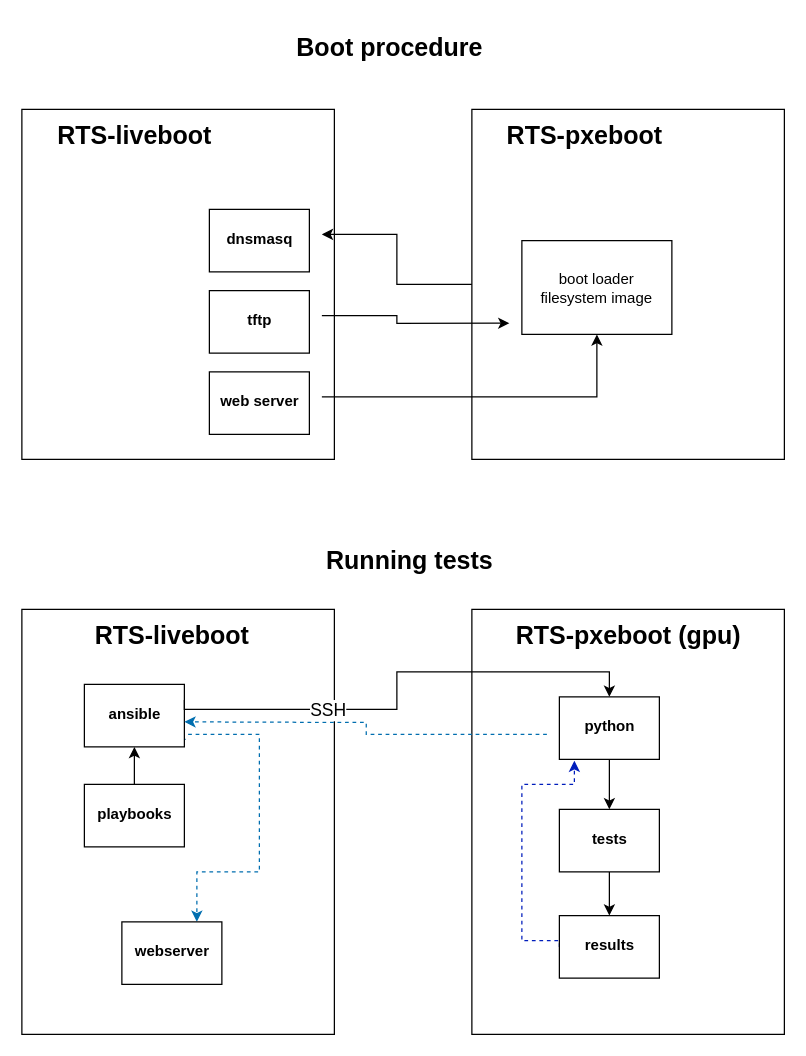
Before: boot_procedure.drawio in adambialy/RTS_ansible, a draw.io diagram. Source tidied: cells renumbered, new cells numbered last; positions are measured from the earlier drawing's top-left corner, leaving out a move shared by most shapes. Both pictures are drawn from the tidied source at 125%, with x=0, y=0 at pixel (21, 21).
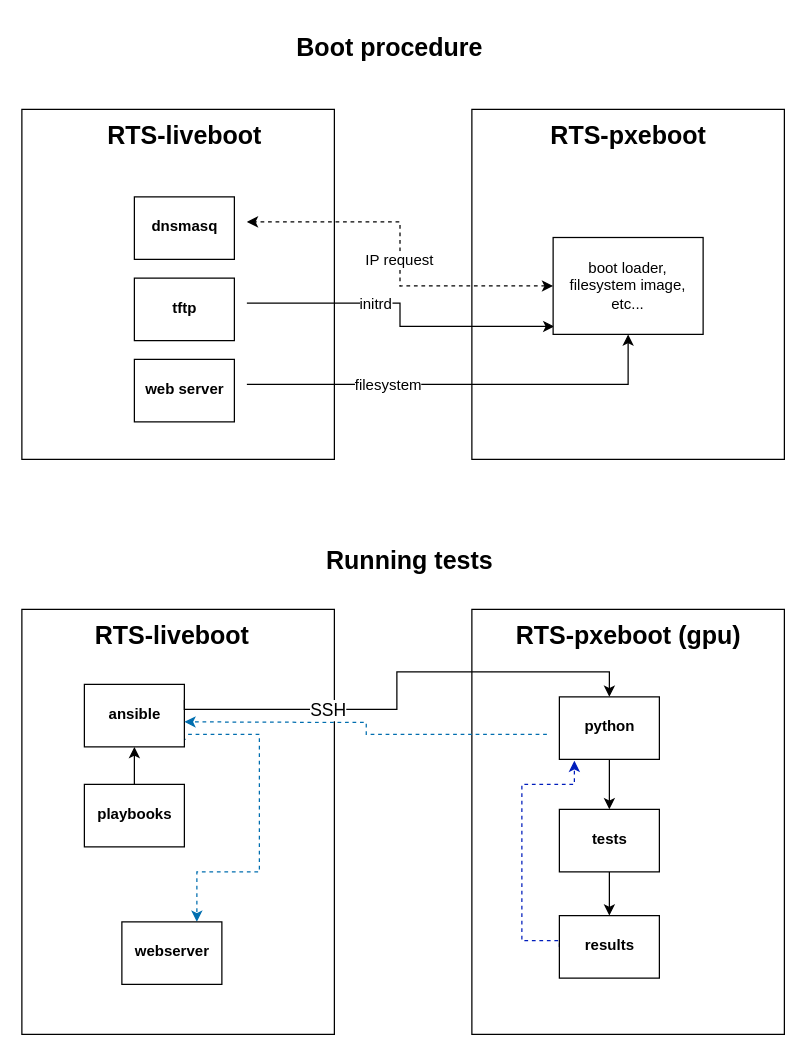
The same diagram, later.

Unchanged cells that the change refers to:
```xml
<mxCell id="9" style="rounded=0;whiteSpace=wrap;html=1;" parent="1" vertex="1">
  <mxGeometry x="360" y="70" width="250" height="280" as="geometry" />
</mxCell>
<mxCell id="10" style="edgeStyle=orthogonalEdgeStyle;rounded=0;jettySize=auto;html=1;entryX=0.5;entryY=1;entryDx=0;entryDy=0;" parent="1" edge="1" source="11" target="15">
  <mxGeometry relative="1" as="geometry" />
</mxCell>
```

Diff of the diagram source:
```diff
@@
     <mxCell id="3" value="&lt;font style=&quot;font-size: 20px;&quot;&gt;RTS-liveboot&lt;/font&gt;" style="text;strokeColor=none;fillColor=none;html=1;fontSize=24;fontStyle=1;verticalAlign=middle;align=center;" parent="1" vertex="1">
-      <mxGeometry x="40" y="70" width="100" height="40" as="geometry" />
+      <mxGeometry x="80" y="70" width="100" height="40" as="geometry" />
     </mxCell>
     <mxCell id="4" style="rounded=0;whiteSpace=wrap;html=1;" parent="1" vertex="1">
-      <mxGeometry x="150" y="150" width="80" height="50" as="geometry" />
+      <mxGeometry x="90" y="140" width="80" height="50" as="geometry" />
     </mxCell>
     <mxCell id="5" value="&lt;font style=&quot;font-size: 12px;&quot;&gt;dnsmasq&lt;/font&gt;" style="text;strokeColor=none;fillColor=none;html=1;fontSize=24;fontStyle=1;verticalAlign=middle;align=center;" parent="1" vertex="1">
-      <mxGeometry x="140" y="150" width="100" height="40" as="geometry" />
+      <mxGeometry x="80" y="140" width="100" height="40" as="geometry" />
     </mxCell>
     <mxCell id="6" style="rounded=0;whiteSpace=wrap;html=1;" parent="1" vertex="1">
-      <mxGeometry x="150" y="215" width="80" height="50" as="geometry" />
+      <mxGeometry x="90" y="205" width="80" height="50" as="geometry" />
     </mxCell>
     <mxCell id="7" value="&lt;font style=&quot;font-size: 12px;&quot;&gt;tftp&lt;/font&gt;" style="text;strokeColor=none;fillColor=none;html=1;fontSize=24;fontStyle=1;verticalAlign=middle;align=center;" parent="1" vertex="1">
-      <mxGeometry x="140" y="215" width="100" height="40" as="geometry" />
+      <mxGeometry x="80" y="205" width="100" height="40" as="geometry" />
     </mxCell>
     <mxCell id="8" style="rounded=0;whiteSpace=wrap;html=1;" parent="1" vertex="1">
-      <mxGeometry x="150" y="280" width="80" height="50" as="geometry" />
+      <mxGeometry x="90" y="270" width="80" height="50" as="geometry" />
     </mxCell>
@@
+    <mxCell id="42" value="filesystem" style="edgeLabel;html=1;align=center;verticalAlign=middle;fontSize=12;" parent="10" vertex="1">
+      <mxGeometry x="-0.47" y="-3" relative="1" as="geometry">
+        <mxPoint x="21" y="-3" as="offset" />
+      </mxGeometry>
+    </mxCell>
     <mxCell id="11" value="&lt;font style=&quot;font-size: 12px;&quot;&gt;web server&lt;/font&gt;" style="text;strokeColor=none;fillColor=none;html=1;fontSize=24;fontStyle=1;verticalAlign=middle;align=center;" parent="1" vertex="1">
-      <mxGeometry x="140" y="280" width="100" height="40" as="geometry" />
+      <mxGeometry x="80" y="270" width="100" height="40" as="geometry" />
     </mxCell>
-    <mxCell id="12" style="edgeStyle=orthogonalEdgeStyle;rounded=0;jettySize=auto;html=1;" parent="1" edge="1" source="9" target="5">
-      <mxGeometry relative="1" as="geometry" />
-    </mxCell>
     <mxCell id="13" value="&lt;font style=&quot;font-size: 20px;&quot;&gt;RTS-pxeboot&lt;/font&gt;" style="text;strokeColor=none;fillColor=none;html=1;fontSize=24;fontStyle=1;verticalAlign=middle;align=center;" parent="1" vertex="1">
-      <mxGeometry x="400" y="70" width="100" height="40" as="geometry" />
+      <mxGeometry x="435" y="70" width="100" height="40" as="geometry" />
     </mxCell>
-    <mxCell id="14" style="edgeStyle=orthogonalEdgeStyle;rounded=0;jettySize=auto;html=1;entryX=0.12;entryY=0.611;entryDx=0;entryDy=0;entryPerimeter=0;" parent="1" edge="1" source="7" target="9">
+    <mxCell id="14" style="edgeStyle=orthogonalEdgeStyle;rounded=0;jettySize=auto;html=1;entryX=0.008;entryY=0.918;entryDx=0;entryDy=0;entryPerimeter=0;" parent="1" edge="1" source="7" target="15">
       <mxGeometry relative="1" as="geometry" />
     </mxCell>
+    <mxCell id="43" value="initrd" style="edgeLabel;html=1;align=center;verticalAlign=middle;fontSize=12;" parent="14" vertex="1">
+      <mxGeometry x="-0.3" relative="1" as="geometry">
+        <mxPoint x="9" as="offset" />
+      </mxGeometry>
+    </mxCell>
-    <mxCell id="15" value="boot loader&lt;br&gt;filesystem image" style="rounded=0;whiteSpace=wrap;html=1;" parent="1" vertex="1">
-      <mxGeometry x="400" y="175" width="120" height="75" as="geometry" />
+    <mxCell id="15" value="boot loader,&lt;br&gt;filesystem image, etc..." style="rounded=0;whiteSpace=wrap;html=1;" parent="1" vertex="1">
+      <mxGeometry x="425" y="172.5" width="120" height="77.5" as="geometry" />
     </mxCell>
@@
+    <mxCell id="12" style="edgeStyle=orthogonalEdgeStyle;rounded=0;jettySize=auto;html=1;exitX=0;exitY=0.5;exitDx=0;exitDy=0;startArrow=classic;startFill=1;dashed=1;" parent="1" edge="1" source="15" target="5">
+      <mxGeometry relative="1" as="geometry" />
+    </mxCell>
+    <mxCell id="44" value="IP request" style="edgeLabel;html=1;align=center;verticalAlign=middle;fontSize=12;" parent="12" vertex="1">
+      <mxGeometry x="0.29" y="-3" relative="1" as="geometry">
+        <mxPoint x="16" y="33" as="offset" />
+      </mxGeometry>
+    </mxCell>
```
